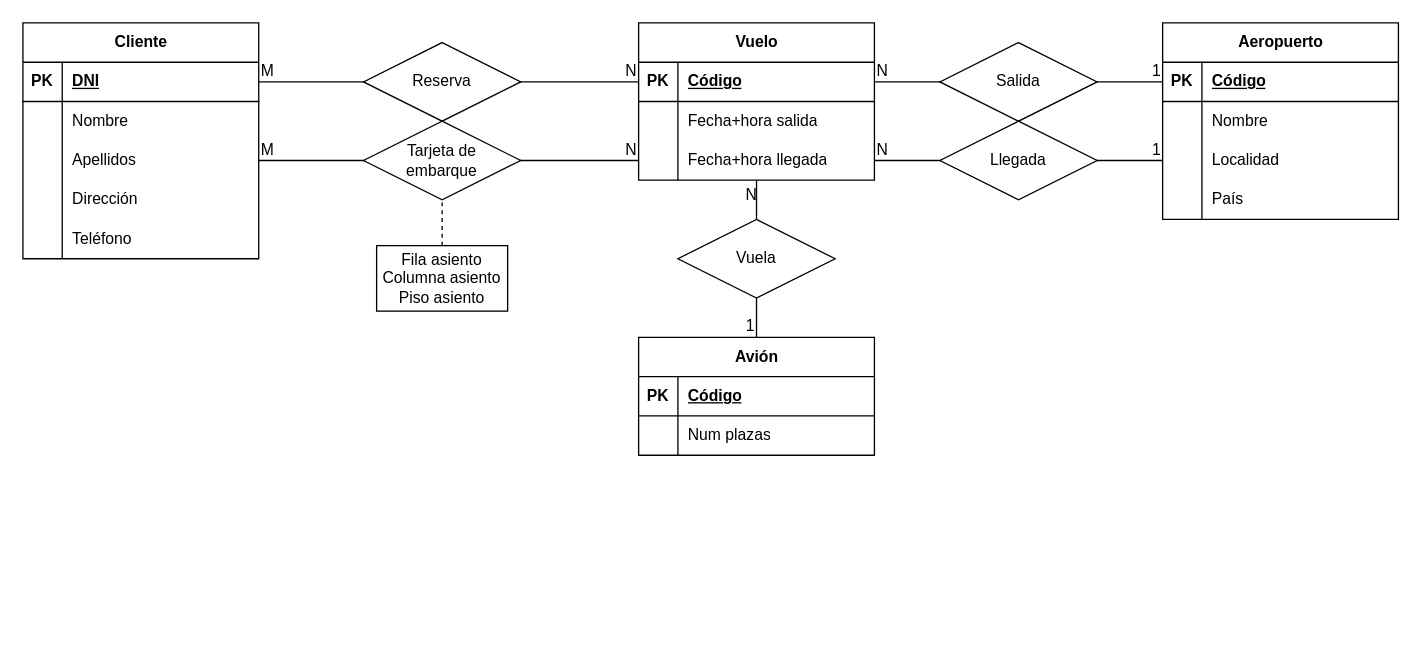
Above: Ejercicio_8_Vuelos.drawio in BasementHalfStackDev/ejercicios-ud12 (draw.io), before the change. Source tidied: cells renumbered, new cells numbered last; positions are measured from the earlier drawing's top-left corner, leaving out a move shared by most shapes. Both pictures are drawn from the tidied source at 131%, with x=0, y=0 at pixel (22, 22).
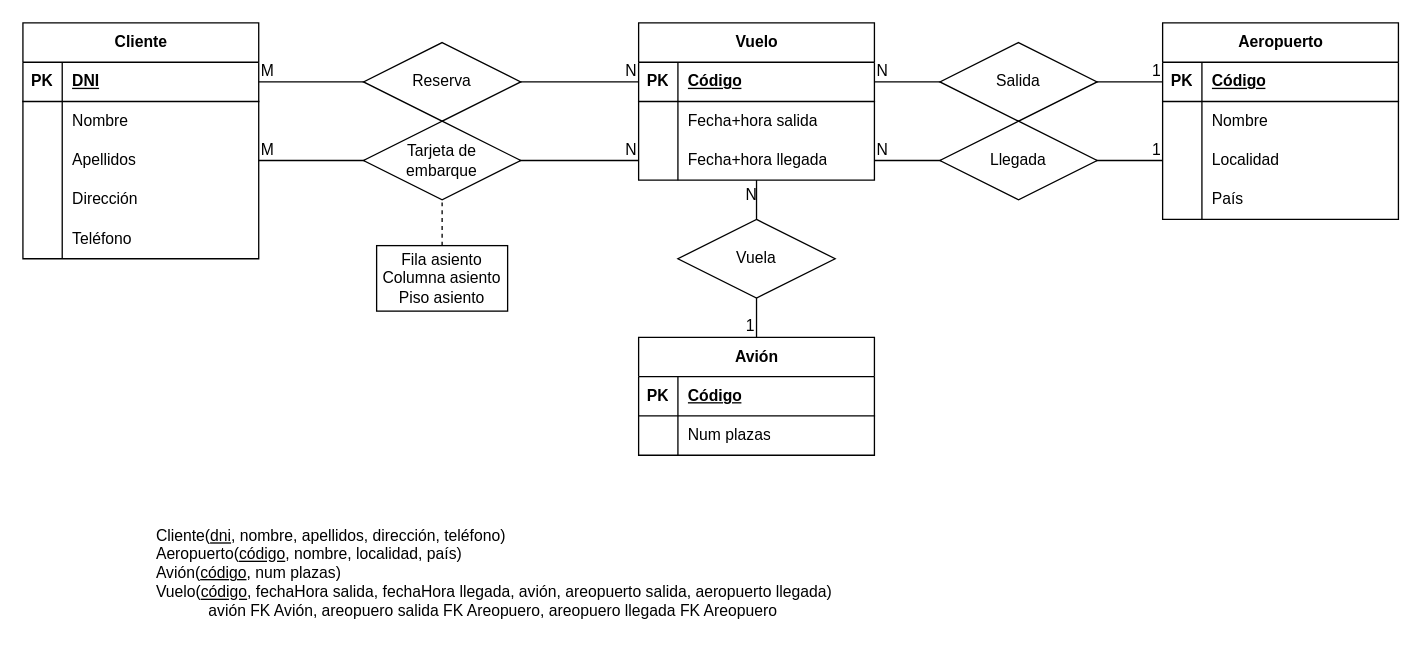
The same diagram, later.

The edit, as a diff of the source:
```diff
@@
+    <mxCell id="70" value="Cliente(&lt;u&gt;dni&lt;/u&gt;, nombre, apellidos, dirección, teléfono)&lt;br&gt;Aeropuerto(&lt;u&gt;código&lt;/u&gt;, nombre, localidad, país)&lt;br&gt;Avión(&lt;u&gt;código&lt;/u&gt;, num plazas)&lt;br&gt;Vuelo(&lt;u&gt;código&lt;/u&gt;, fechaHora salida, fechaHora llegada, avión, areopuerto salida, aeropuerto llegada)&lt;br&gt;&amp;nbsp; &amp;nbsp; &amp;nbsp; &amp;nbsp; &amp;nbsp; &amp;nbsp; avión FK Avión, areopuero salida FK Areopuero, areopuero llegada FK Areopuero" style="text;html=1;strokeColor=none;fillColor=none;align=left;verticalAlign=middle;whiteSpace=wrap;rounded=0;" parent="1" vertex="1">
+      <mxGeometry x="100" y="370" width="540" height="100" as="geometry" />
+    </mxCell>
```
